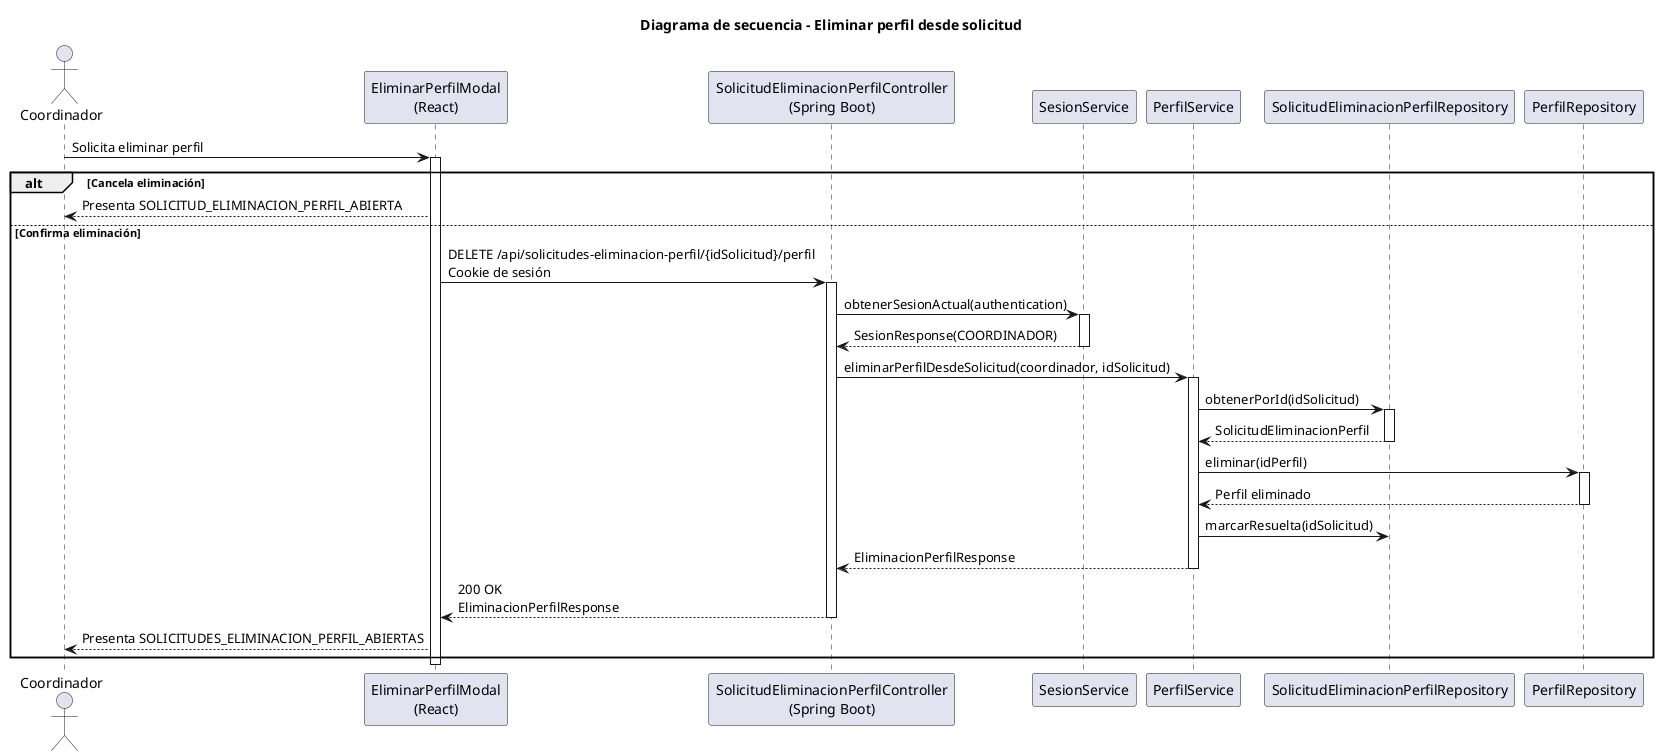
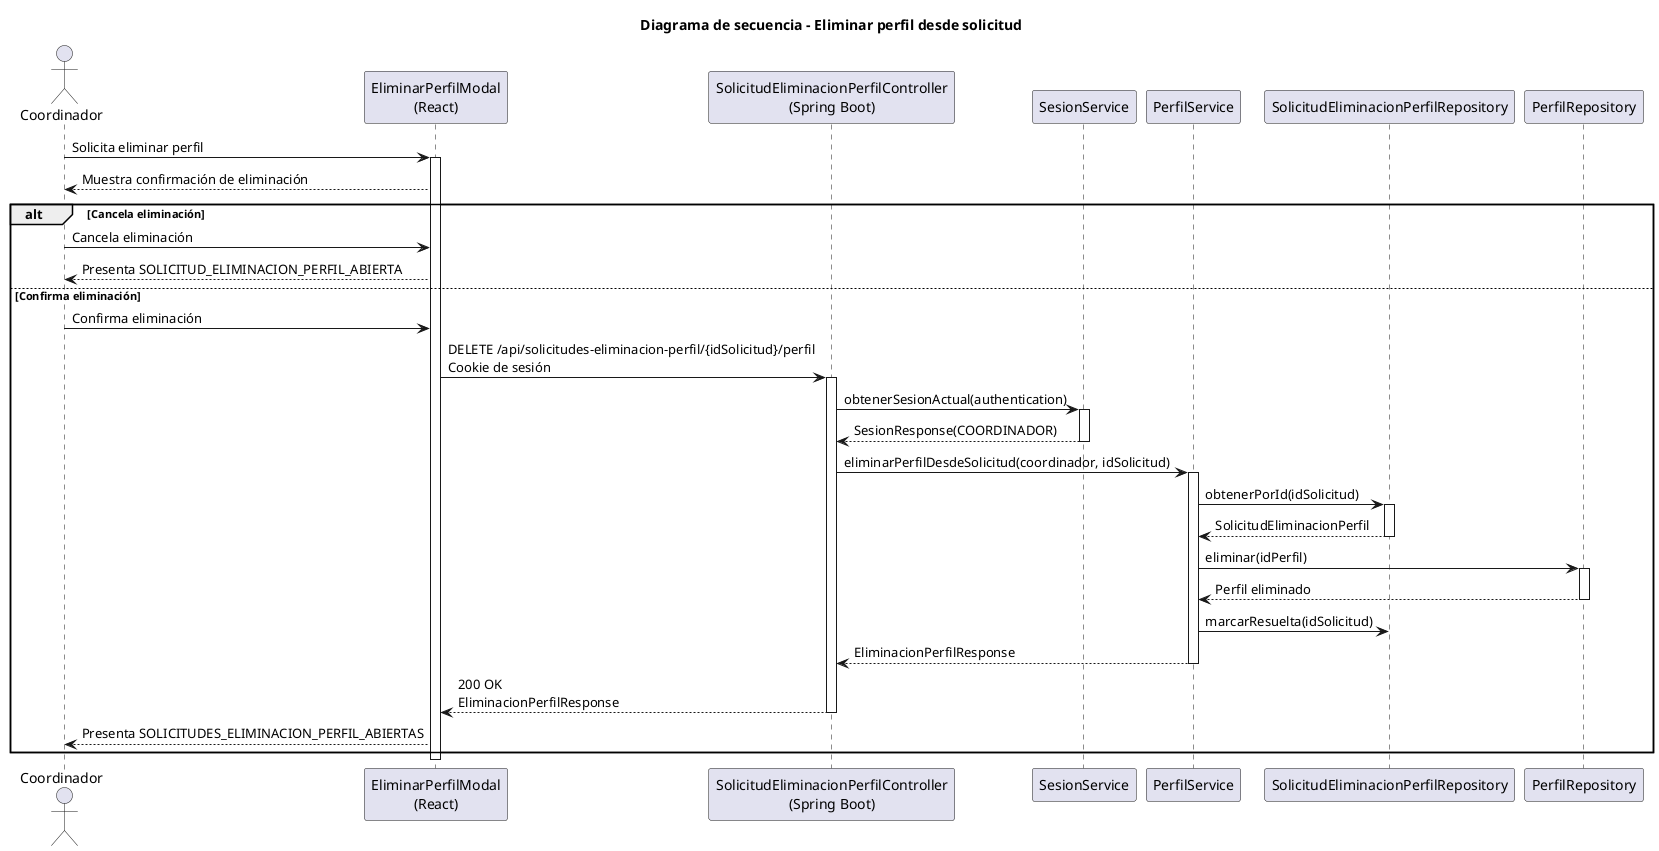
@startuml eliminarPerfil-coordinador-diseño
title Diagrama de secuencia - Eliminar perfil desde solicitud

actor Coordinador
participant "EliminarPerfilModal\n(React)" as Frontend
participant "SolicitudEliminacionPerfilController\n(Spring Boot)" as Api
participant "SesionService" as Sesion
participant "PerfilService" as PerfilService
participant "SolicitudEliminacionPerfilRepository" as SolicitudRepository
participant "PerfilRepository" as PerfilRepository

Coordinador -> Frontend: Solicita eliminar perfil
activate Frontend
+ Frontend --> Coordinador: Muestra confirmación de eliminación
alt Cancela eliminación
+     Coordinador -> Frontend: Cancela eliminación
    Frontend --> Coordinador: Presenta SOLICITUD_ELIMINACION_PERFIL_ABIERTA
else Confirma eliminación
+     Coordinador -> Frontend: Confirma eliminación
    Frontend -> Api: DELETE /api/solicitudes-eliminacion-perfil/{idSolicitud}/perfil\nCookie de sesión
    activate Api
    Api -> Sesion: obtenerSesionActual(authentication)
    activate Sesion
    Sesion --> Api: SesionResponse(COORDINADOR)
    deactivate Sesion
    Api -> PerfilService: eliminarPerfilDesdeSolicitud(coordinador, idSolicitud)
    activate PerfilService
    PerfilService -> SolicitudRepository: obtenerPorId(idSolicitud)
    activate SolicitudRepository
    SolicitudRepository --> PerfilService: SolicitudEliminacionPerfil
    deactivate SolicitudRepository
    PerfilService -> PerfilRepository: eliminar(idPerfil)
    activate PerfilRepository
    PerfilRepository --> PerfilService: Perfil eliminado
    deactivate PerfilRepository
    PerfilService -> SolicitudRepository: marcarResuelta(idSolicitud)
    PerfilService --> Api: EliminacionPerfilResponse
    deactivate PerfilService
    Api --> Frontend: 200 OK\nEliminacionPerfilResponse
    deactivate Api
    Frontend --> Coordinador: Presenta SOLICITUDES_ELIMINACION_PERFIL_ABIERTAS
end
deactivate Frontend
@enduml
